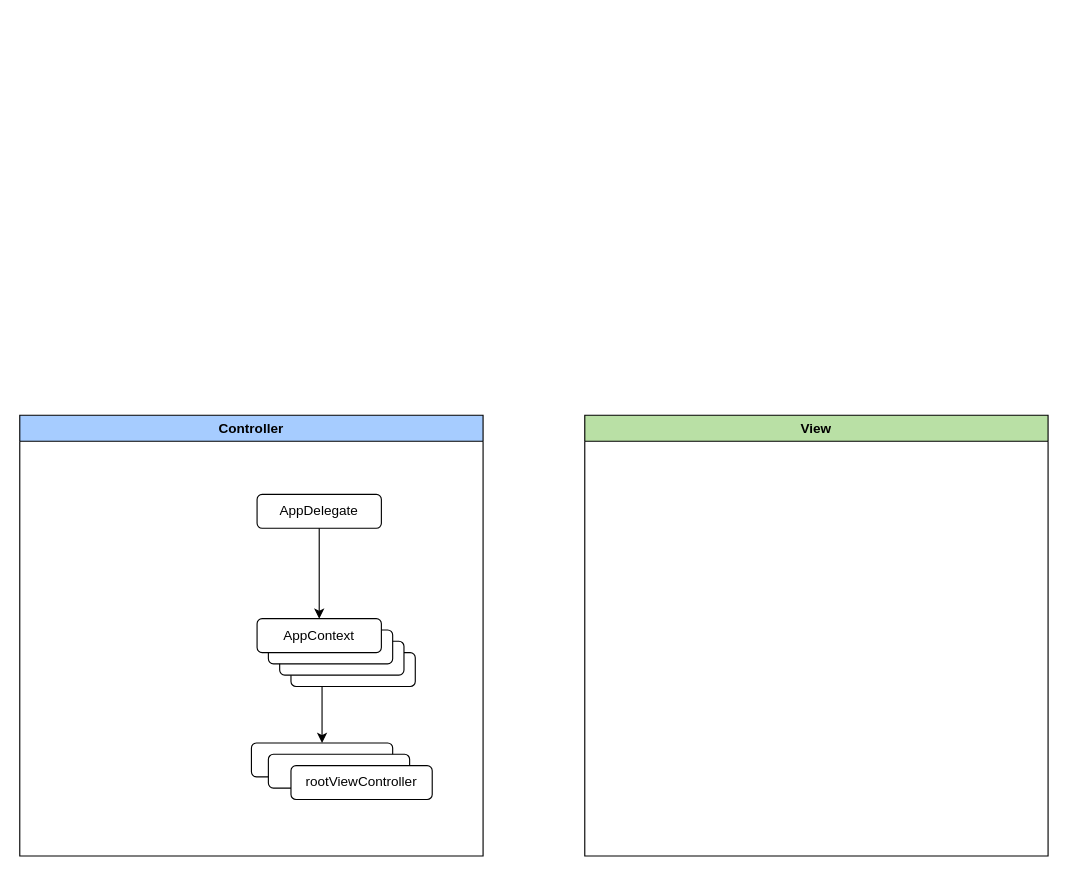
This is ArchitectureV2.drawio from willdonlan8/test, a draw.io file, before an edit. Source tidied: cells renumbered, new cells numbered last; positions are measured from the earlier drawing's top-left corner, leaving out a move shared by most shapes. Both pictures are drawn from the tidied source at 113%, with x=0, y=0 at pixel (19, 415).
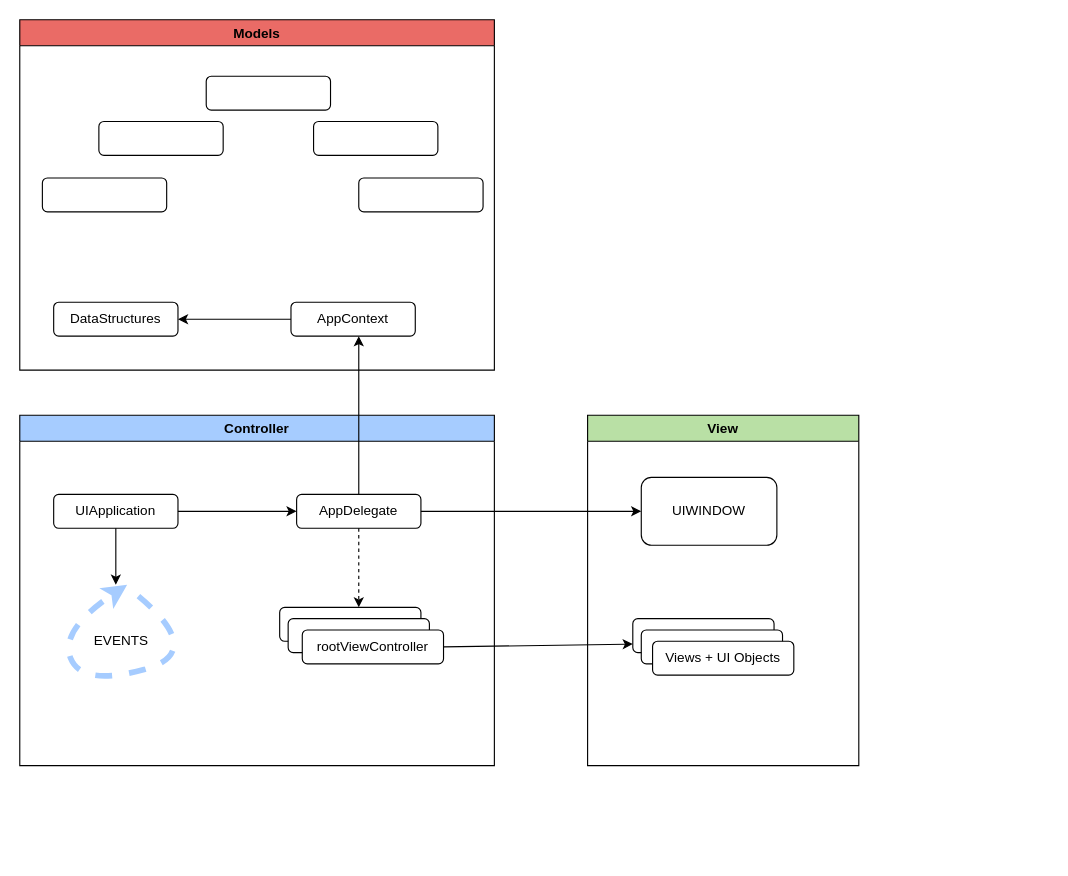
Above is the later version.

The edit, as a diff of the source:
```diff
@@
     <mxCell id="2" value="Controller" style="swimlane;strokeColor=#000000;fillColor=#A6CCFF;" parent="1" vertex="1">
-      <mxGeometry width="410" height="390" as="geometry" />
+      <mxGeometry width="420" height="310" as="geometry" />
     </mxCell>
     <mxCell id="3" value="AppDelegate" style="rounded=1;whiteSpace=wrap;html=1;" parent="2" vertex="1">
-      <mxGeometry x="210" y="70" width="110" height="30" as="geometry" />
+      <mxGeometry x="245" y="70" width="110" height="30" as="geometry" />
     </mxCell>
-    <mxCell id="4" style="rounded=1;whiteSpace=wrap;html=1;" parent="2" vertex="1">
-      <mxGeometry x="240" y="210" width="110" height="30" as="geometry" />
-    </mxCell>
-    <mxCell id="5" style="rounded=1;whiteSpace=wrap;html=1;" parent="2" vertex="1">
-      <mxGeometry x="230" y="200" width="110" height="30" as="geometry" />
-    </mxCell>
-    <mxCell id="6" style="rounded=1;whiteSpace=wrap;html=1;" parent="2" vertex="1">
-      <mxGeometry x="220" y="190" width="110" height="30" as="geometry" />
-    </mxCell>
-    <mxCell id="7" value="AppContext" style="rounded=1;whiteSpace=wrap;html=1;" parent="2" vertex="1">
-      <mxGeometry x="210" y="180" width="110" height="30" as="geometry" />
-    </mxCell>
-    <mxCell id="8" style="endArrow=classic;html=1;exitX=0.5;exitY=1;exitDx=0;exitDy=0;" parent="2" edge="1" source="3" target="7">
-      <mxGeometry relative="1" as="geometry" />
-    </mxCell>
     <mxCell id="9" style="rounded=1;whiteSpace=wrap;html=1;strokeColor=#000000;" parent="2" vertex="1">
-      <mxGeometry x="205" y="290" width="125" height="30" as="geometry" />
+      <mxGeometry x="230" y="170" width="125" height="30" as="geometry" />
     </mxCell>
     <mxCell id="10" style="rounded=1;whiteSpace=wrap;html=1;strokeColor=#000000;" parent="2" vertex="1">
-      <mxGeometry x="220" y="300" width="125" height="30" as="geometry" />
+      <mxGeometry x="237.5" y="180" width="125" height="30" as="geometry" />
     </mxCell>
     <mxCell id="11" value="rootViewController" style="rounded=1;whiteSpace=wrap;html=1;strokeColor=#000000;" parent="2" vertex="1">
-      <mxGeometry x="240" y="310" width="125" height="30" as="geometry" />
+      <mxGeometry x="250" y="190" width="125" height="30" as="geometry" />
     </mxCell>
-    <mxCell id="12" style="endArrow=classic;html=1;exitX=0.25;exitY=1;exitDx=0;exitDy=0;entryX=0.5;entryY=0;entryDx=0;entryDy=0;" parent="2" edge="1" source="4" target="9">
-      <mxGeometry relative="1" as="geometry" />
-    </mxCell>
+    <mxCell id="14" value="UIApplication" style="rounded=1;whiteSpace=wrap;html=1;" parent="2" vertex="1">
+      <mxGeometry x="30" y="70" width="110" height="30" as="geometry" />
+    </mxCell>
+    <mxCell id="15" style="endArrow=classic;html=1;exitX=0.5;exitY=1;exitDx=0;exitDy=0;dashed=1;" parent="2" edge="1" source="3">
+      <mxGeometry relative="1" as="geometry">
+        <mxPoint x="300" y="170" as="targetPoint" />
+      </mxGeometry>
+    </mxCell>
+    <mxCell id="16" style="curved=1;endArrow=classic;html=1;dashed=1;strokeWidth=5;strokeColor=#A6CCFF;" parent="2" edge="1">
+      <mxGeometry relative="1" as="geometry">
+        <mxPoint x="105" y="160" as="sourcePoint" />
+        <mxPoint x="95" y="150" as="targetPoint" />
+        <Array as="points">
+          <mxPoint x="165" y="210" />
+          <mxPoint x="55" y="240" />
+          <mxPoint x="35" y="190" />
+        </Array>
+      </mxGeometry>
+    </mxCell>
+    <mxCell id="17" value="EVENTS" style="text;html=1;strokeColor=none;fillColor=none;align=center;verticalAlign=middle;whiteSpace=wrap;rounded=0;" parent="2" vertex="1">
+      <mxGeometry x="70" y="190" width="40" height="20" as="geometry" />
+    </mxCell>
+    <mxCell id="18" style="endArrow=classic;html=1;strokeColor=#000000;strokeWidth=1;fillColor=#000000;entryX=0;entryY=0.5;entryDx=0;entryDy=0;exitX=1;exitY=0.5;exitDx=0;exitDy=0;" parent="2" edge="1" source="14" target="3">
+      <mxGeometry relative="1" as="geometry" />
+    </mxCell>
     <mxCell id="13" value="View" style="swimlane;strokeColor=#000000;fillColor=#B9E0A5;" parent="1" vertex="1">
-      <mxGeometry x="500" width="410" height="390" as="geometry" />
+      <mxGeometry x="502.5" width="240" height="310" as="geometry" />
     </mxCell>
+    <mxCell id="19" style="rounded=1;whiteSpace=wrap;html=1;strokeColor=#000000;" parent="13" vertex="1">
+      <mxGeometry x="40" y="180" width="125" height="30" as="geometry" />
+    </mxCell>
+    <mxCell id="20" value="UIWINDOW" style="rounded=1;whiteSpace=wrap;html=1;strokeColor=#000000;fillColor=#FFFFFF;" parent="13" vertex="1">
+      <mxGeometry x="47.5" y="55" width="120" height="60" as="geometry" />
+    </mxCell>
+    <mxCell id="21" value="Models" style="swimlane;strokeColor=#000000;fillColor=#EA6B66;" parent="1" vertex="1">
+      <mxGeometry y="-350" width="420" height="310" as="geometry" />
+    </mxCell>
+    <mxCell id="7" value="AppContext" style="rounded=1;whiteSpace=wrap;html=1;" parent="21" vertex="1">
+      <mxGeometry x="240" y="250" width="110" height="30" as="geometry" />
+    </mxCell>
+    <mxCell id="6" style="rounded=1;whiteSpace=wrap;html=1;" parent="21" vertex="1">
+      <mxGeometry x="20" y="140" width="110" height="30" as="geometry" />
+    </mxCell>
+    <mxCell id="5" style="rounded=1;whiteSpace=wrap;html=1;" parent="21" vertex="1">
+      <mxGeometry x="260" y="90" width="110" height="30" as="geometry" />
+    </mxCell>
+    <mxCell id="4" style="rounded=1;whiteSpace=wrap;html=1;" parent="21" vertex="1">
+      <mxGeometry x="70" y="90" width="110" height="30" as="geometry" />
+    </mxCell>
+    <mxCell id="22" value="DataStructures" style="rounded=1;whiteSpace=wrap;html=1;" parent="21" vertex="1">
+      <mxGeometry x="30" y="250" width="110" height="30" as="geometry" />
+    </mxCell>
+    <mxCell id="23" style="rounded=1;whiteSpace=wrap;html=1;" parent="21" vertex="1">
+      <mxGeometry x="165" y="50" width="110" height="30" as="geometry" />
+    </mxCell>
+    <mxCell id="24" style="endArrow=classic;html=1;exitX=0;exitY=0.5;exitDx=0;exitDy=0;entryX=1;entryY=0.5;entryDx=0;entryDy=0;" parent="21" edge="1" source="7" target="22">
+      <mxGeometry relative="1" as="geometry" />
+    </mxCell>
+    <mxCell id="25" style="rounded=1;whiteSpace=wrap;html=1;" parent="21" vertex="1">
+      <mxGeometry x="300" y="140" width="110" height="30" as="geometry" />
+    </mxCell>
+    <mxCell id="8" style="endArrow=classic;html=1;exitX=0.5;exitY=0;exitDx=0;exitDy=0;" parent="1" edge="1" source="3">
+      <mxGeometry relative="1" as="geometry">
+        <mxPoint x="300" y="-70" as="targetPoint" />
+      </mxGeometry>
+    </mxCell>
+    <mxCell id="26" style="rounded=1;whiteSpace=wrap;html=1;strokeColor=#000000;" parent="1" vertex="1">
+      <mxGeometry x="550" y="190" width="125" height="30" as="geometry" />
+    </mxCell>
+    <mxCell id="27" value="Views + UI Objects" style="rounded=1;whiteSpace=wrap;html=1;strokeColor=#000000;" parent="1" vertex="1">
+      <mxGeometry x="560" y="200" width="125" height="30" as="geometry" />
+    </mxCell>
+    <mxCell id="28" style="endArrow=classic;html=1;exitX=1;exitY=0.5;exitDx=0;exitDy=0;entryX=0;entryY=0.75;entryDx=0;entryDy=0;" parent="1" edge="1" source="11" target="19">
+      <mxGeometry relative="1" as="geometry" />
+    </mxCell>
+    <mxCell id="29" style="endArrow=classic;html=1;exitX=1;exitY=0.5;exitDx=0;exitDy=0;entryX=0;entryY=0.5;entryDx=0;entryDy=0;" parent="1" edge="1" source="3" target="20">
+      <mxGeometry relative="1" as="geometry" />
+    </mxCell>
+    <mxCell id="30" style="endArrow=classic;html=1;strokeColor=#000000;strokeWidth=1;exitX=0.5;exitY=1;exitDx=0;exitDy=0;fillColor=#000000;" parent="1" edge="1" source="14">
+      <mxGeometry relative="1" as="geometry">
+        <mxPoint x="85" y="150" as="targetPoint" />
+      </mxGeometry>
+    </mxCell>
```
